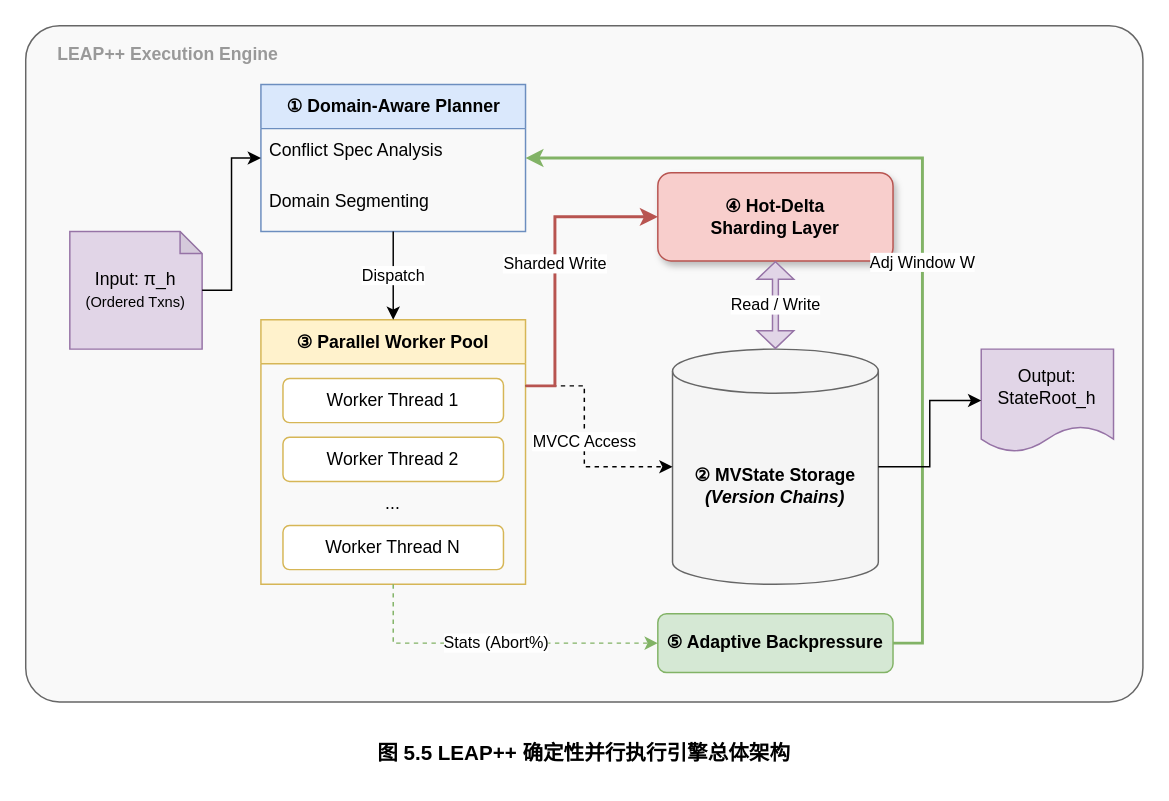
Earlier version of the draw.io diagram page "4.5 LEAP执行流水线" (1 of 6) of 4-x.drawio (cynic-1/Graphs). Source tidied: cells renumbered, new cells numbered last; positions are measured from the earlier drawing's top-left corner, leaving out a move shared by most shapes. Both pictures are drawn from the tidied source at 147%, with x=0, y=0 at pixel (25, 25).
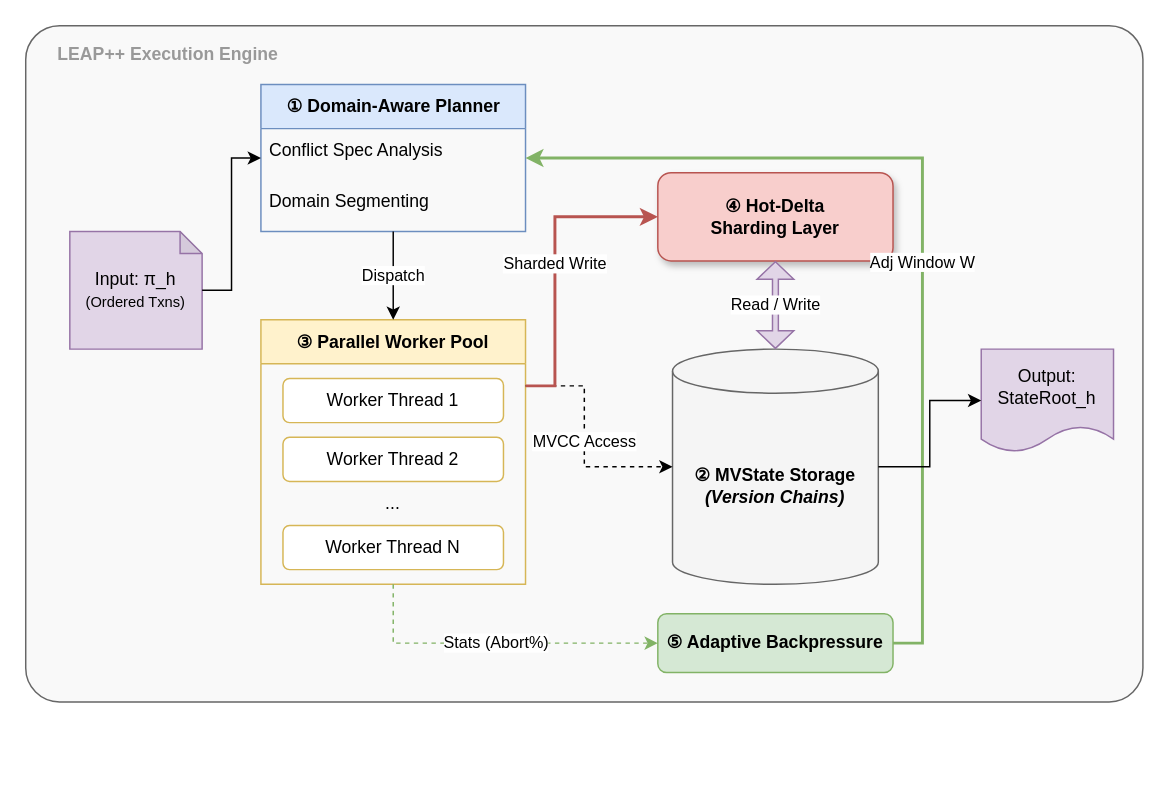
After the change.

Change to the diagram source:
```diff
@@
-    <mxCell id="2" value="图 5.5 LEAP++ 确定性并行执行引擎总体架构" style="text;html=1;strokeColor=none;fillColor=none;align=center;verticalAlign=middle;whiteSpace=wrap;rounded=0;fontStyle=1;fontSize=14;fontFamily=Helvetica;" parent="1" vertex="1">
-      <mxGeometry y="480" width="760" height="30" as="geometry" />
-    </mxCell>
```
